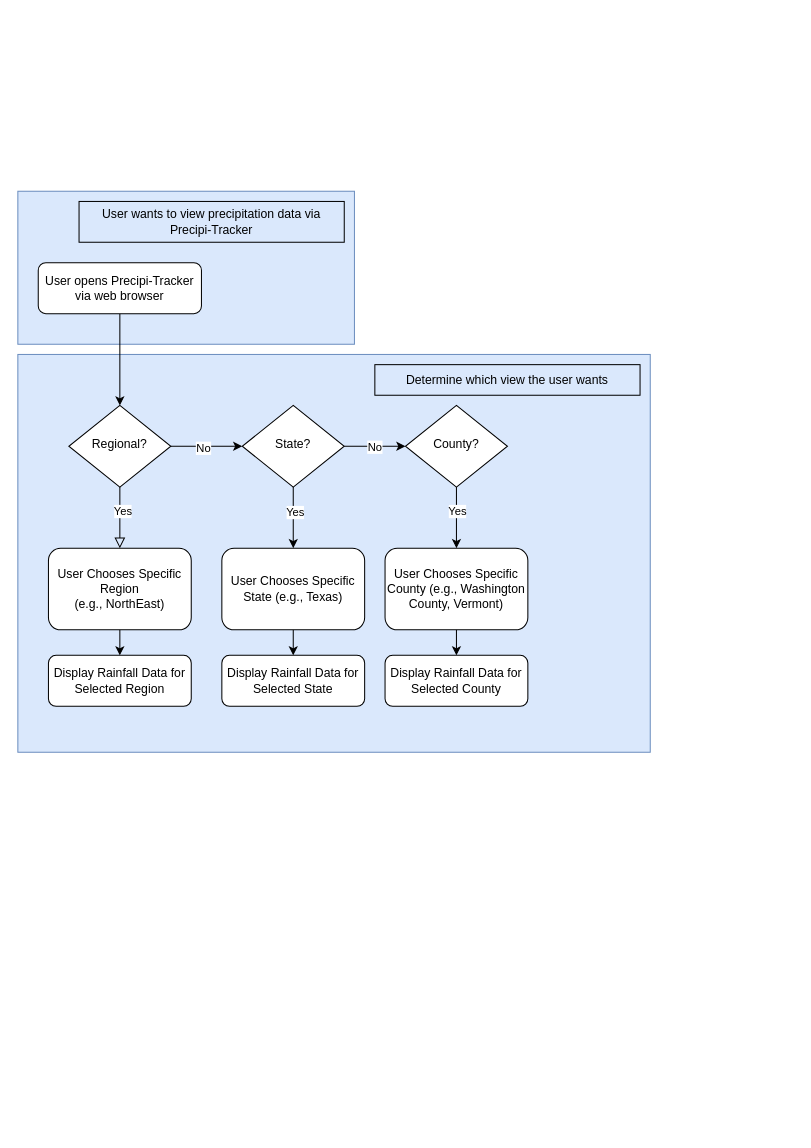
Earlier version of the draw.io diagram Diagrams/User Actions Flowchart.drawio (ccrdev/precipitracker). Source tidied: cells renumbered, new cells numbered last; positions are measured from the earlier drawing's top-left corner, leaving out a move shared by most shapes. Both pictures are drawn from the tidied source at 102%, with x=0, y=0 at pixel (17, 191).
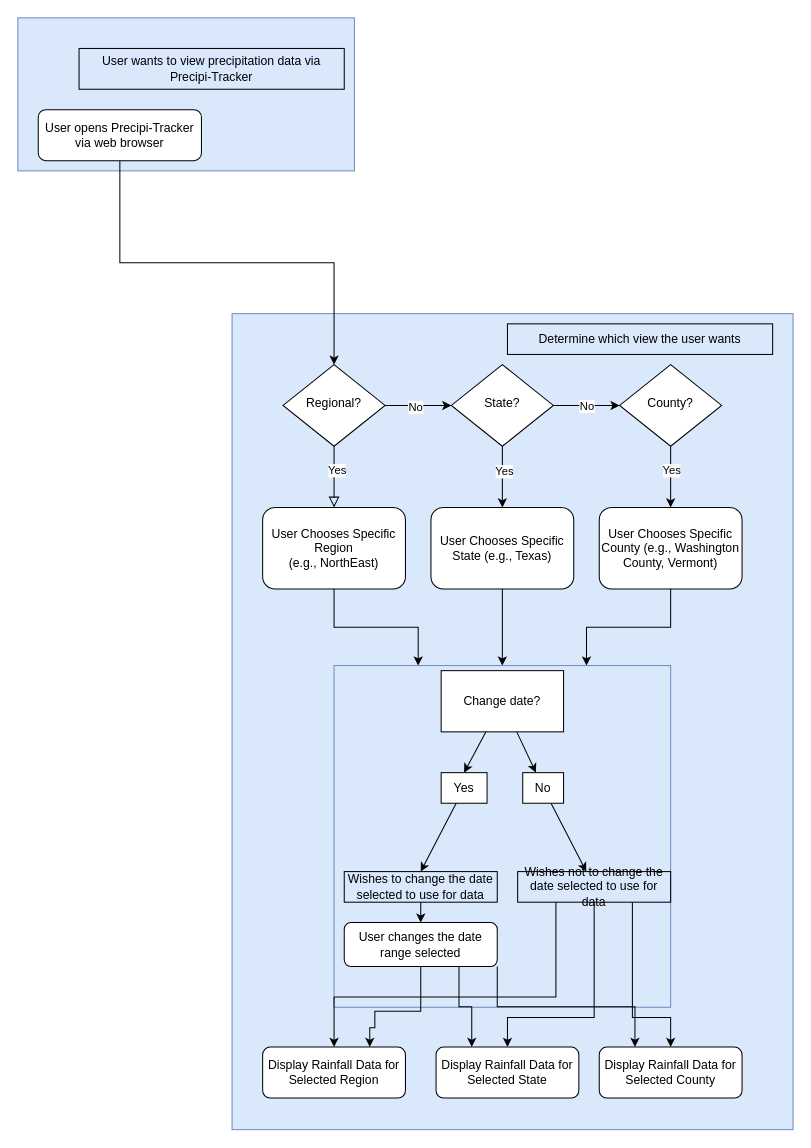
Above is the later version.

Diff of the diagram source:
```diff
@@
     <mxCell id="2" style="rounded=0;whiteSpace=wrap;html=1;fillColor=#dae8fc;strokeColor=#6c8ebf;" parent="1" vertex="1">
-      <mxGeometry width="330" height="150" as="geometry" />
+      <mxGeometry y="-170" width="330" height="150" as="geometry" />
     </mxCell>
     <mxCell id="3" style="rounded=0;whiteSpace=wrap;html=1;fillColor=#dae8fc;strokeColor=#6c8ebf;" parent="1" vertex="1">
-      <mxGeometry y="160" width="620" height="390" as="geometry" />
+      <mxGeometry x="210" y="120" width="550" height="800" as="geometry" />
     </mxCell>
@@
     <mxCell id="5" value="User opens Precipi-Tracker via web browser" style="rounded=1;whiteSpace=wrap;html=1;fontSize=12;glass=0;strokeWidth=1;shadow=0;" parent="1" vertex="1">
-      <mxGeometry x="20" y="70" width="160" height="50" as="geometry" />
+      <mxGeometry x="20" y="-80" width="160" height="50" as="geometry" />
     </mxCell>
     <mxCell id="6" style="rounded=0;html=1;jettySize=auto;fontSize=11;endArrow=block;endFill=0;endSize=8;strokeWidth=1;shadow=0;labelBackgroundColor=none;edgeStyle=orthogonalEdgeStyle;" parent="1" edge="1" source="10">
       <mxGeometry y="20" relative="1" as="geometry">
-        <mxPoint x="100" y="350" as="targetPoint" />
+        <mxPoint x="310" y="310" as="targetPoint" />
       </mxGeometry>
     </mxCell>
@@
     <mxCell id="10" value="Regional?" style="rhombus;whiteSpace=wrap;html=1;shadow=0;fontFamily=Helvetica;fontSize=12;align=center;strokeWidth=1;spacing=6;spacingTop=-4;" parent="1" vertex="1">
-      <mxGeometry x="50" y="210" width="100" height="80" as="geometry" />
+      <mxGeometry x="260" y="170" width="100" height="80" as="geometry" />
     </mxCell>
     <mxCell id="11" value="Display Rainfall Data for Selected Region" style="rounded=1;whiteSpace=wrap;html=1;fontSize=12;glass=0;strokeWidth=1;shadow=0;" parent="1" vertex="1">
-      <mxGeometry x="30" y="455" width="140" height="50" as="geometry" />
+      <mxGeometry x="240" y="839" width="140" height="50" as="geometry" />
     </mxCell>
     <mxCell id="12" value="Determine which view the user wants" style="text;html=1;align=center;verticalAlign=middle;whiteSpace=wrap;rounded=0;strokeColor=default;" parent="1" vertex="1">
-      <mxGeometry x="350" y="170" width="260" height="30" as="geometry" />
+      <mxGeometry x="480" y="130" width="260" height="30" as="geometry" />
     </mxCell>
     <mxCell id="13" value="User wants to view precipitation data via Precipi-Tracker" style="text;html=1;align=center;verticalAlign=middle;whiteSpace=wrap;rounded=0;strokeColor=default;" parent="1" vertex="1">
-      <mxGeometry x="60" y="10" width="260" height="40" as="geometry" />
+      <mxGeometry x="60" y="-140" width="260" height="40" as="geometry" />
     </mxCell>
@@
     <mxCell id="18" value="State?" style="rhombus;whiteSpace=wrap;html=1;shadow=0;fontFamily=Helvetica;fontSize=12;align=center;strokeWidth=1;spacing=6;spacingTop=-4;" parent="1" vertex="1">
-      <mxGeometry x="220" y="210" width="100" height="80" as="geometry" />
+      <mxGeometry x="425" y="170" width="100" height="80" as="geometry" />
     </mxCell>
@@
     <mxCell id="21" value="County?" style="rhombus;whiteSpace=wrap;html=1;shadow=0;fontFamily=Helvetica;fontSize=12;align=center;strokeWidth=1;spacing=6;spacingTop=-4;" parent="1" vertex="1">
-      <mxGeometry x="380" y="210" width="100" height="80" as="geometry" />
+      <mxGeometry x="590" y="170" width="100" height="80" as="geometry" />
     </mxCell>
-    <mxCell id="22" style="edgeStyle=orthogonalEdgeStyle;rounded=0;jettySize=auto;html=1;exitX=0.5;exitY=1;exitDx=0;exitDy=0;entryX=0.5;entryY=0;entryDx=0;entryDy=0;" parent="1" edge="1" source="23" target="11">
+    <mxCell id="22" style="edgeStyle=orthogonalEdgeStyle;rounded=0;jettySize=auto;html=1;exitX=0.5;exitY=1;exitDx=0;exitDy=0;entryX=0.25;entryY=0;entryDx=0;entryDy=0;" parent="1" edge="1" source="23" target="31">
       <mxGeometry relative="1" as="geometry" />
     </mxCell>
     <mxCell id="23" value="&lt;div&gt;User Chooses Specific Region&lt;br&gt;&lt;/div&gt;&lt;div&gt;(e.g., NorthEast)&lt;br&gt;&lt;/div&gt;" style="rounded=1;whiteSpace=wrap;html=1;fontSize=12;glass=0;strokeWidth=1;shadow=0;" parent="1" vertex="1">
-      <mxGeometry x="30" y="350" width="140" height="80" as="geometry" />
+      <mxGeometry x="240" y="310" width="140" height="80" as="geometry" />
     </mxCell>
-    <mxCell id="24" style="edgeStyle=orthogonalEdgeStyle;rounded=0;jettySize=auto;html=1;exitX=0.5;exitY=1;exitDx=0;exitDy=0;entryX=0.5;entryY=0;entryDx=0;entryDy=0;" parent="1" edge="1" source="25" target="28">
-      <mxGeometry relative="1" as="geometry" />
-    </mxCell>
+    <mxCell id="30" style="edgeStyle=orthogonalEdgeStyle;rounded=0;jettySize=auto;html=1;entryX=0.5;entryY=0;entryDx=0;entryDy=0;" parent="1" edge="1" source="25" target="31">
+      <mxGeometry relative="1" as="geometry" />
+    </mxCell>
     <mxCell id="25" value="User Chooses Specific State (e.g., Texas)" style="rounded=1;whiteSpace=wrap;html=1;fontSize=12;glass=0;strokeWidth=1;shadow=0;" parent="1" vertex="1">
-      <mxGeometry x="200" y="350" width="140" height="80" as="geometry" />
+      <mxGeometry x="405" y="310" width="140" height="80" as="geometry" />
     </mxCell>
-    <mxCell id="26" style="edgeStyle=orthogonalEdgeStyle;rounded=0;jettySize=auto;html=1;exitX=0.5;exitY=1;exitDx=0;exitDy=0;entryX=0.5;entryY=0;entryDx=0;entryDy=0;" parent="1" edge="1" source="27" target="29">
+    <mxCell id="26" style="edgeStyle=orthogonalEdgeStyle;rounded=0;jettySize=auto;html=1;exitX=0.5;exitY=1;exitDx=0;exitDy=0;entryX=0.75;entryY=0;entryDx=0;entryDy=0;" parent="1" edge="1" source="27" target="31">
       <mxGeometry relative="1" as="geometry" />
     </mxCell>
     <mxCell id="27" value="&lt;div&gt;User Chooses Specific County (e.g., Washington County, Vermont)&lt;br&gt;&lt;/div&gt;" style="rounded=1;whiteSpace=wrap;html=1;fontSize=12;glass=0;strokeWidth=1;shadow=0;" parent="1" vertex="1">
-      <mxGeometry x="360" y="350" width="140" height="80" as="geometry" />
+      <mxGeometry x="570" y="310" width="140" height="80" as="geometry" />
     </mxCell>
     <mxCell id="28" value="Display Rainfall Data for Selected State" style="rounded=1;whiteSpace=wrap;html=1;fontSize=12;glass=0;strokeWidth=1;shadow=0;" parent="1" vertex="1">
-      <mxGeometry x="200" y="455" width="140" height="50" as="geometry" />
+      <mxGeometry x="410" y="839" width="140" height="50" as="geometry" />
     </mxCell>
     <mxCell id="29" value="Display Rainfall Data for Selected County" style="rounded=1;whiteSpace=wrap;html=1;fontSize=12;glass=0;strokeWidth=1;shadow=0;" parent="1" vertex="1">
-      <mxGeometry x="360" y="455" width="140" height="50" as="geometry" />
+      <mxGeometry x="570" y="839" width="140" height="50" as="geometry" />
     </mxCell>
+    <mxCell id="31" style="rounded=0;whiteSpace=wrap;html=1;fillColor=#dae8fc;strokeColor=#6c8ebf;" parent="1" vertex="1">
+      <mxGeometry x="310" y="465" width="330" height="335" as="geometry" />
+    </mxCell>
+    <mxCell id="32" style="edgeStyle=none;rounded=0;jettySize=auto;html=1;" parent="1" edge="1" source="33" target="34">
+      <mxGeometry relative="1" as="geometry" />
+    </mxCell>
+    <mxCell id="33" value="Wishes to change the date selected to use for data" style="text;html=1;align=center;verticalAlign=middle;whiteSpace=wrap;rounded=0;strokeColor=default;" parent="1" vertex="1">
+      <mxGeometry x="320" y="667" width="150" height="30" as="geometry" />
+    </mxCell>
+    <mxCell id="34" value="User changes the date range selected" style="rounded=1;whiteSpace=wrap;html=1;fontSize=12;glass=0;strokeWidth=1;shadow=0;" parent="1" vertex="1">
+      <mxGeometry x="320" y="717" width="150" height="43" as="geometry" />
+    </mxCell>
+    <mxCell id="35" style="edgeStyle=none;rounded=0;jettySize=auto;html=1;" parent="1" edge="1" source="37" target="41">
+      <mxGeometry relative="1" as="geometry" />
+    </mxCell>
+    <mxCell id="36" style="edgeStyle=none;rounded=0;jettySize=auto;html=1;entryX=0.5;entryY=0;entryDx=0;entryDy=0;" parent="1" edge="1" source="37" target="39">
+      <mxGeometry relative="1" as="geometry" />
+    </mxCell>
+    <mxCell id="37" value="Change date?" style="whiteSpace=wrap;html=1;" parent="1" vertex="1">
+      <mxGeometry x="415" y="470" width="120" height="60" as="geometry" />
+    </mxCell>
+    <mxCell id="38" style="edgeStyle=none;rounded=0;jettySize=auto;html=1;entryX=0.5;entryY=0;entryDx=0;entryDy=0;" parent="1" edge="1" source="39" target="33">
+      <mxGeometry relative="1" as="geometry" />
+    </mxCell>
+    <mxCell id="39" value="Yes" style="whiteSpace=wrap;html=1;" parent="1" vertex="1">
+      <mxGeometry x="415" y="570" width="45" height="30" as="geometry" />
+    </mxCell>
+    <mxCell id="40" style="edgeStyle=none;rounded=0;jettySize=auto;html=1;" parent="1" edge="1" source="41" target="45">
+      <mxGeometry relative="1" as="geometry" />
+    </mxCell>
+    <mxCell id="41" value="No" style="whiteSpace=wrap;html=1;" parent="1" vertex="1">
+      <mxGeometry x="495" y="570" width="40" height="30" as="geometry" />
+    </mxCell>
+    <mxCell id="42" style="edgeStyle=orthogonalEdgeStyle;rounded=0;jettySize=auto;html=1;exitX=0.5;exitY=1;exitDx=0;exitDy=0;entryX=0.5;entryY=0;entryDx=0;entryDy=0;" parent="1" edge="1" source="45" target="28">
+      <mxGeometry relative="1" as="geometry">
+        <Array as="points">
+          <mxPoint x="565" y="810" />
+          <mxPoint x="480" y="810" />
+        </Array>
+      </mxGeometry>
+    </mxCell>
+    <mxCell id="43" style="edgeStyle=orthogonalEdgeStyle;rounded=0;jettySize=auto;html=1;exitX=0.25;exitY=1;exitDx=0;exitDy=0;entryX=0.5;entryY=0;entryDx=0;entryDy=0;" parent="1" edge="1" source="45" target="11">
+      <mxGeometry relative="1" as="geometry">
+        <Array as="points">
+          <mxPoint x="528" y="790" />
+          <mxPoint x="310" y="790" />
+        </Array>
+      </mxGeometry>
+    </mxCell>
+    <mxCell id="44" style="edgeStyle=orthogonalEdgeStyle;rounded=0;jettySize=auto;html=1;exitX=0.75;exitY=1;exitDx=0;exitDy=0;entryX=0.5;entryY=0;entryDx=0;entryDy=0;" parent="1" edge="1" source="45" target="29">
+      <mxGeometry relative="1" as="geometry">
+        <Array as="points">
+          <mxPoint x="603" y="810" />
+          <mxPoint x="640" y="810" />
+        </Array>
+      </mxGeometry>
+    </mxCell>
+    <mxCell id="45" value="Wishes not to change the date selected to use for data" style="text;html=1;align=center;verticalAlign=middle;whiteSpace=wrap;rounded=0;strokeColor=default;" parent="1" vertex="1">
+      <mxGeometry x="490" y="667" width="150" height="30" as="geometry" />
+    </mxCell>
+    <mxCell id="46" style="edgeStyle=orthogonalEdgeStyle;rounded=0;jettySize=auto;html=1;entryX=0.75;entryY=0;entryDx=0;entryDy=0;exitX=0.5;exitY=1;exitDx=0;exitDy=0;" parent="1" edge="1" source="34" target="11">
+      <mxGeometry relative="1" as="geometry">
+        <Array as="points">
+          <mxPoint x="395" y="804" />
+          <mxPoint x="350" y="804" />
+          <mxPoint x="350" y="820" />
+          <mxPoint x="345" y="820" />
+        </Array>
+      </mxGeometry>
+    </mxCell>
+    <mxCell id="47" style="edgeStyle=orthogonalEdgeStyle;rounded=0;jettySize=auto;html=1;exitX=0.75;exitY=1;exitDx=0;exitDy=0;entryX=0.25;entryY=0;entryDx=0;entryDy=0;" parent="1" edge="1" source="34" target="28">
+      <mxGeometry relative="1" as="geometry" />
+    </mxCell>
+    <mxCell id="48" style="edgeStyle=orthogonalEdgeStyle;rounded=0;jettySize=auto;html=1;exitX=1;exitY=1;exitDx=0;exitDy=0;entryX=0.25;entryY=0;entryDx=0;entryDy=0;" parent="1" edge="1" source="34" target="29">
+      <mxGeometry relative="1" as="geometry" />
+    </mxCell>
```
